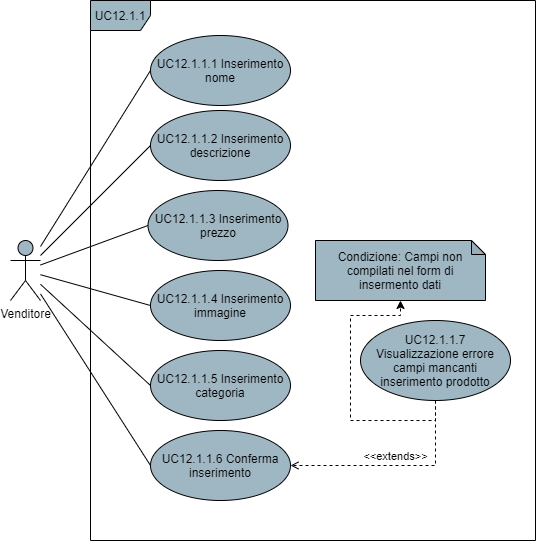
This is DocumentazioneEsterna/AnalisiDeiRequisiti/res/UseCase/Immagini/InserimentoProdotto.png from Omicron-Team/Documentazione, a draw.io export, as it was before one commit. Source tidied: cells renumbered, new cells last; positions are measured from the earlier drawing's top-left corner, leaving out a move shared by most shapes.
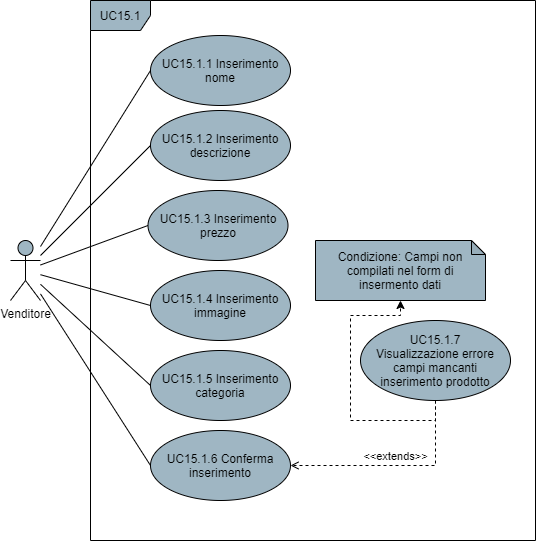
Later version of the same file.

What changed in the source:
```diff
@@ -20,28 +20,28 @@
     <mxCell id="7" value="Venditore" style="shape=umlActor;verticalLabelPosition=bottom;verticalAlign=top;html=1;fillColor=#9FB6C3;" parent="1" vertex="1">
       <mxGeometry y="240" width="30" height="60" as="geometry" />
     </mxCell>
-    <mxCell id="8" value="UC12.1.1" style="shape=umlFrame;whiteSpace=wrap;html=1;fillColor=#9FB6C3;" parent="1" vertex="1">
+    <mxCell id="8" value="UC15.1" style="shape=umlFrame;whiteSpace=wrap;html=1;fillColor=#9FB6C3;" parent="1" vertex="1">
       <mxGeometry x="80" width="445" height="540" as="geometry" />
     </mxCell>
-    <mxCell id="9" value="UC12.1.1.1 Inserimento nome" style="ellipse;whiteSpace=wrap;html=1;fillColor=#9FB6C3;" parent="1" vertex="1">
+    <mxCell id="9" value="UC15.1.1 Inserimento nome" style="ellipse;whiteSpace=wrap;html=1;fillColor=#9FB6C3;" parent="1" vertex="1">
       <mxGeometry x="140" y="35" width="140" height="70" as="geometry" />
     </mxCell>
-    <mxCell id="10" value="UC12.1.1.2 Inserimento descrizione" style="ellipse;whiteSpace=wrap;html=1;fillColor=#9FB6C3;" parent="1" vertex="1">
+    <mxCell id="10" value="UC15.1.2 Inserimento descrizione" style="ellipse;whiteSpace=wrap;html=1;fillColor=#9FB6C3;" parent="1" vertex="1">
       <mxGeometry x="140" y="110" width="140" height="70" as="geometry" />
     </mxCell>
-    <mxCell id="11" value="UC12.1.1.3 Inserimento prezzo" style="ellipse;whiteSpace=wrap;html=1;fillColor=#9FB6C3;" parent="1" vertex="1">
+    <mxCell id="11" value="UC15.1.3 Inserimento prezzo" style="ellipse;whiteSpace=wrap;html=1;fillColor=#9FB6C3;" parent="1" vertex="1">
       <mxGeometry x="137.5" y="190" width="140" height="70" as="geometry" />
     </mxCell>
-    <mxCell id="12" value="UC12.1.1.4 Inserimento immagine" style="ellipse;whiteSpace=wrap;html=1;fillColor=#9FB6C3;" parent="1" vertex="1">
+    <mxCell id="12" value="UC15.1.4 Inserimento immagine" style="ellipse;whiteSpace=wrap;html=1;fillColor=#9FB6C3;" parent="1" vertex="1">
       <mxGeometry x="140" y="270" width="140" height="70" as="geometry" />
     </mxCell>
-    <mxCell id="13" value="UC12.1.1.6 Conferma inserimento" style="ellipse;whiteSpace=wrap;html=1;fillColor=#9FB6C3;" parent="1" vertex="1">
+    <mxCell id="13" value="UC15.1.6 Conferma inserimento" style="ellipse;whiteSpace=wrap;html=1;fillColor=#9FB6C3;" parent="1" vertex="1">
       <mxGeometry x="140" y="430" width="140" height="70" as="geometry" />
     </mxCell>
     <mxCell id="14" value="&amp;lt;&amp;lt;extends&amp;gt;&amp;gt;" style="edgeStyle=orthogonalEdgeStyle;rounded=0;jettySize=auto;html=1;exitX=0.5;exitY=1;exitDx=0;exitDy=0;entryX=1;entryY=0.5;entryDx=0;entryDy=0;endArrow=open;endFill=0;dashed=1;verticalAlign=bottom;align=center;" parent="1" edge="1" source="15" target="13">
       <mxGeometry relative="1" as="geometry" />
     </mxCell>
-    <mxCell id="15" value="UC12.1.1.7 Visualizzazione&amp;nbsp;errore campi mancanti inserimento&amp;nbsp;prodotto" style="ellipse;whiteSpace=wrap;html=1;fillColor=#9FB6C3;" parent="1" vertex="1">
+    <mxCell id="15" value="UC15.1.7 Visualizzazione&amp;nbsp;errore campi mancanti inserimento&amp;nbsp;prodotto" style="ellipse;whiteSpace=wrap;html=1;fillColor=#9FB6C3;" parent="1" vertex="1">
       <mxGeometry x="350" y="320" width="150" height="80" as="geometry" />
     </mxCell>
     <mxCell id="16" value="Condizione: Campi non compilati&amp;nbsp;nel form di insermento dati" style="shape=note;whiteSpace=wrap;html=1;backgroundOutline=1;darkOpacity=0.05;size=14;fillColor=#9FB6C3;" parent="1" vertex="1">
@@ -57,7 +57,7 @@
         </Array>
       </mxGeometry>
     </mxCell>
-    <mxCell id="18" value="UC12.1.1.5 Inserimento categoria" style="ellipse;whiteSpace=wrap;html=1;fillColor=#9FB6C3;" parent="1" vertex="1">
+    <mxCell id="18" value="UC15.1.5 Inserimento categoria" style="ellipse;whiteSpace=wrap;html=1;fillColor=#9FB6C3;" parent="1" vertex="1">
       <mxGeometry x="140" y="350" width="140" height="70" as="geometry" />
     </mxCell>
     <mxCell id="19" style="endArrow=none;html=1;exitX=0;exitY=0.5;exitDx=0;exitDy=0;" parent="1" edge="1" source="18" target="7">
```
